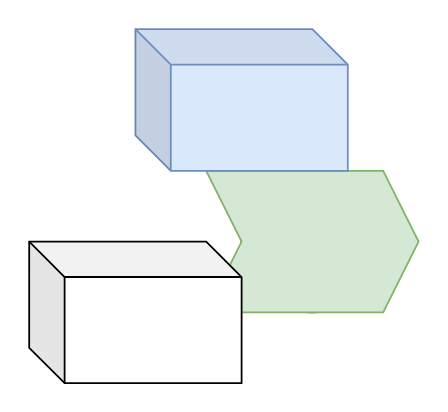
The draw.io diagram Untitled Diagram.drawio in ODAPES/system_documentation, before the edit. Source tidied: cells renumbered, new cells numbered last; positions are measured from the earlier drawing's top-left corner, leaving out a move shared by most shapes. Both pictures are drawn from the tidied source at 177%, with x=0, y=0 at pixel (28, 28).
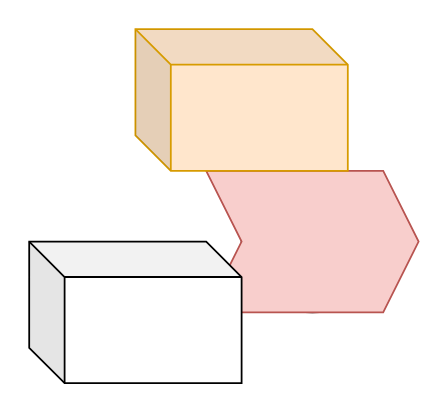
Above is the later version.

Change to the diagram source:
```diff
@@
 <mxGraphModel>
   <root>
     <mxCell id="0" />
     <mxCell id="1" parent="0" />
     <mxCell id="2" style="ellipse;whiteSpace=wrap;html=1;" parent="1" vertex="1">
       <mxGeometry x="120" y="80" width="80" height="80" as="geometry" />
     </mxCell>
-    <mxCell id="3" style="shape=step;perimeter=stepPerimeter;whiteSpace=wrap;html=1;fixedSize=1;fillColor=#d5e8d4;strokeColor=#82b366;" parent="1" vertex="1">
+    <mxCell id="3" style="shape=step;perimeter=stepPerimeter;whiteSpace=wrap;html=1;fixedSize=1;fillColor=#f8cecc;strokeColor=#b85450;" parent="1" vertex="1">
       <mxGeometry x="100" y="80" width="120" height="80" as="geometry" />
     </mxCell>
-    <mxCell id="4" style="shape=cube;whiteSpace=wrap;html=1;boundedLbl=1;backgroundOutline=1;darkOpacity=0.05;darkOpacity2=0.1;fillColor=#dae8fc;strokeColor=#6c8ebf;" parent="1" vertex="1">
+    <mxCell id="4" style="shape=cube;whiteSpace=wrap;html=1;boundedLbl=1;backgroundOutline=1;darkOpacity=0.05;darkOpacity2=0.1;fillColor=#ffe6cc;strokeColor=#d79b00;" parent="1" vertex="1">
       <mxGeometry x="60" width="120" height="80" as="geometry" />
     </mxCell>
     <mxCell id="5" style="shape=cube;whiteSpace=wrap;html=1;boundedLbl=1;backgroundOutline=1;darkOpacity=0.05;darkOpacity2=0.1;" parent="1" vertex="1">
       <mxGeometry y="120" width="120" height="80" as="geometry" />
     </mxCell>
   </root>
 </mxGraphModel>
```
